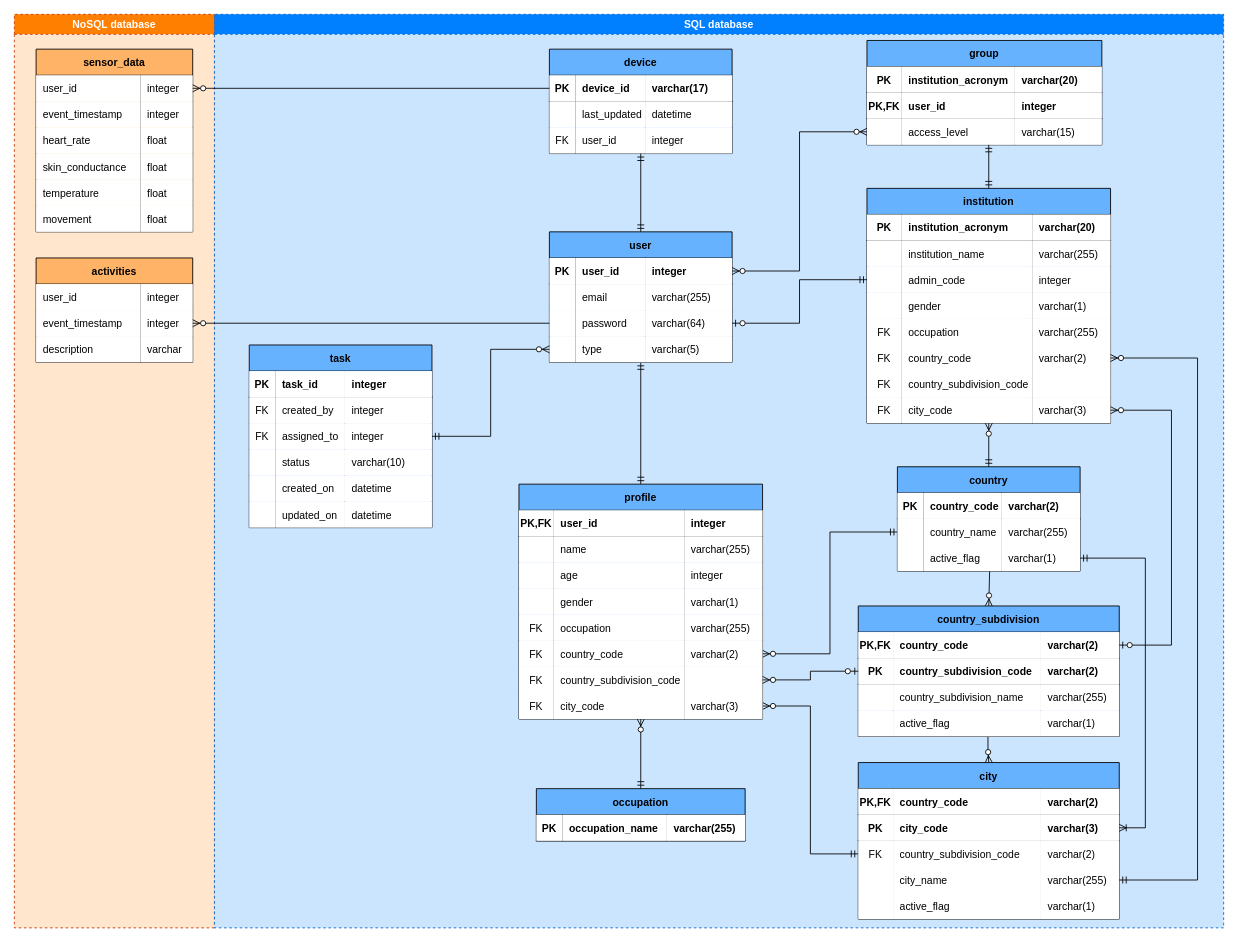
This is physical data model.drawio from julianaclp/tcc-diagrams, a draw.io file, before an edit. Source tidied: cells renumbered, new cells numbered last; positions are measured from the earlier drawing's top-left corner, leaving out a move shared by most shapes. Both pictures are drawn from the tidied source at 87%, with x=0, y=0 at pixel (14, 14).
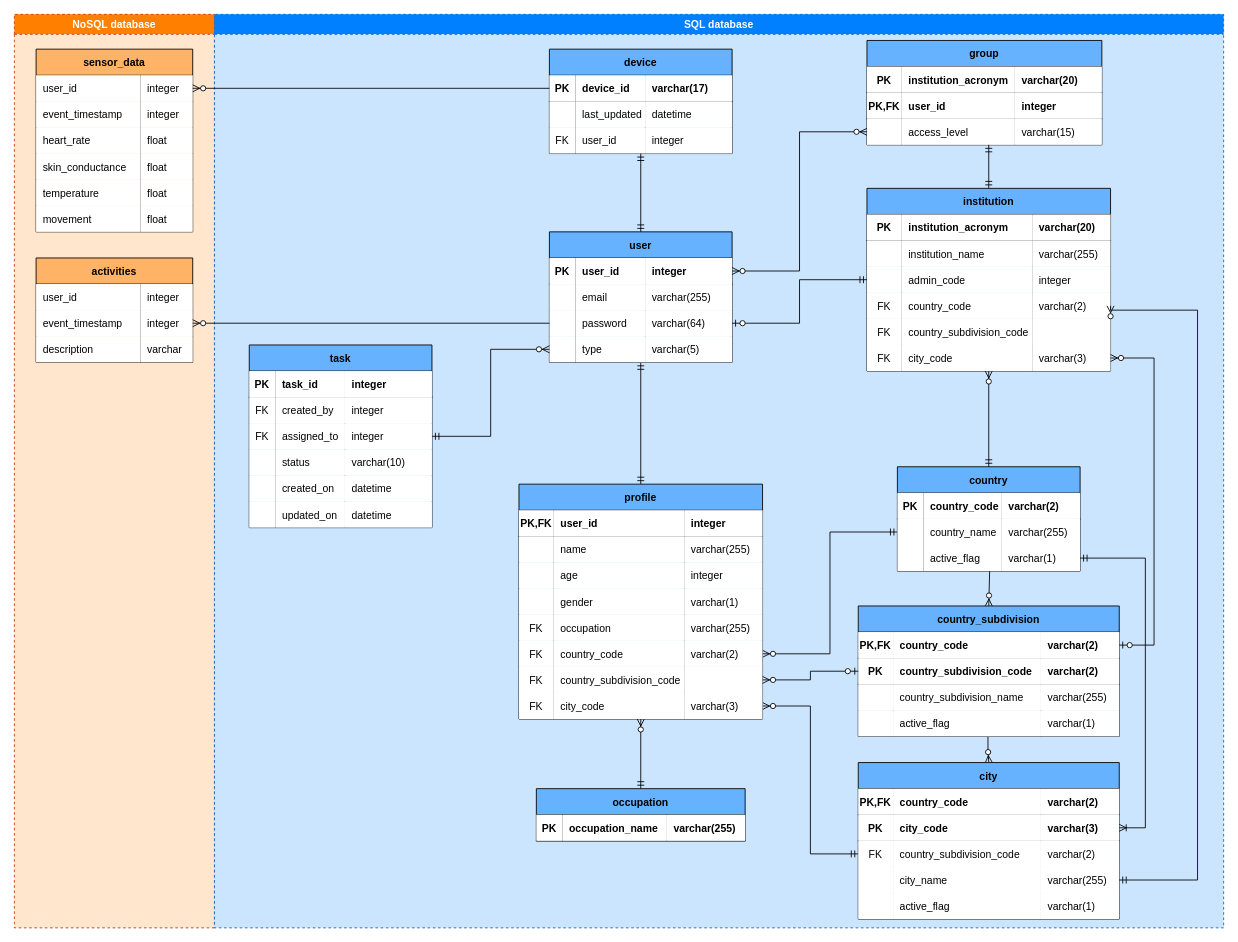
After the change.

The change refers to these unchanged cells:
```xml
<mxCell id="32" value="SQL database" style="swimlane;dashed=1;fillColor=#007FFF;fontColor=#ffffff;strokeColor=#0066CC;swimlaneFillColor=#CCE5FF;" parent="1" vertex="1">
  <mxGeometry x="230" width="1160" height="1050" as="geometry" />
</mxCell>
<mxCell id="103" style="shape=partialRectangle;fillColor=none;top=0;left=0;bottom=1;right=0;points=[[0,0.5],[1,0.5]];portConstraint=eastwest;" parent="102" vertex="1">
  <mxGeometry y="30" width="300" height="30" as="geometry" />
</mxCell>
<mxCell id="132" style="shape=partialRectangle;fillColor=none;top=0;left=0;bottom=0;right=0;points=[[0,0.5],[1,0.5]];portConstraint=eastwest;" parent="119" vertex="1">
  <mxGeometry y="120" width="300" height="30" as="geometry" />
</mxCell>
```

Change to the diagram source:
```diff
@@
     <mxCell id="186" value="institution" style="shape=table;startSize=30;childLayout=tableLayout;rowLines=0;fontStyle=1;align=center;fillColor=#66B2FF;" parent="32" vertex="1">
-      <mxGeometry x="750" y="200" width="280" height="270" as="geometry" />
+      <mxGeometry x="750" y="200" width="280" height="210" as="geometry" />
     </mxCell>
@@
-    <mxCell id="199" style="shape=partialRectangle;fillColor=none;top=0;left=0;bottom=0;right=0;" parent="186" vertex="1">
-      <mxGeometry y="120" width="280" height="30" as="geometry" />
-    </mxCell>
-    <mxCell id="200" style="shape=partialRectangle;fillColor=default;top=0;left=0;bottom=0;right=0;overflow=hidden;" parent="199" vertex="1">
-      <mxGeometry width="40" height="30" as="geometry" />
-    </mxCell>
-    <mxCell id="201" value="gender" style="shape=partialRectangle;fillColor=default;top=0;left=0;bottom=0;right=0;align=left;spacingLeft=6;overflow=hidden;" parent="199" vertex="1">
-      <mxGeometry x="40" width="150" height="30" as="geometry" />
-    </mxCell>
-    <mxCell id="202" value="varchar(1)" style="shape=partialRectangle;fillColor=default;top=0;left=0;bottom=0;right=0;align=left;spacingLeft=6;overflow=hidden;" parent="199" vertex="1">
-      <mxGeometry x="190" width="90" height="30" as="geometry" />
-    </mxCell>
-    <mxCell id="203" style="shape=partialRectangle;fillColor=none;top=0;left=0;bottom=0;right=0;" parent="186" vertex="1">
-      <mxGeometry y="150" width="280" height="30" as="geometry" />
-    </mxCell>
-    <mxCell id="204" value="FK" style="shape=partialRectangle;fillColor=default;top=0;left=0;bottom=0;right=0;overflow=hidden;" parent="203" vertex="1">
-      <mxGeometry width="40" height="30" as="geometry" />
-    </mxCell>
-    <mxCell id="205" value="occupation    " style="shape=partialRectangle;fillColor=default;top=0;left=0;bottom=0;right=0;align=left;spacingLeft=6;overflow=hidden;" parent="203" vertex="1">
-      <mxGeometry x="40" width="150" height="30" as="geometry" />
-    </mxCell>
-    <mxCell id="206" value="varchar(255)" style="shape=partialRectangle;fillColor=default;top=0;left=0;bottom=0;right=0;align=left;spacingLeft=6;overflow=hidden;" parent="203" vertex="1">
-      <mxGeometry x="190" width="90" height="30" as="geometry" />
-    </mxCell>
     <mxCell id="207" style="shape=partialRectangle;fillColor=none;top=0;left=0;bottom=0;right=0;points=[[0,0.5],[1,0.5]];portConstraint=eastwest;" parent="186" vertex="1">
-      <mxGeometry y="180" width="280" height="30" as="geometry" />
+      <mxGeometry y="120" width="280" height="30" as="geometry" />
     </mxCell>
@@
     <mxCell id="211" style="shape=partialRectangle;fillColor=none;top=0;left=0;bottom=0;right=0;" parent="186" vertex="1">
-      <mxGeometry y="210" width="280" height="30" as="geometry" />
+      <mxGeometry y="150" width="280" height="30" as="geometry" />
     </mxCell>
@@
     <mxCell id="215" style="shape=partialRectangle;fillColor=none;top=0;left=0;bottom=0;right=0;points=[[0,0.5],[1,0.5]];portConstraint=eastwest;" parent="186" vertex="1">
-      <mxGeometry y="240" width="280" height="30" as="geometry" />
+      <mxGeometry y="180" width="280" height="30" as="geometry" />
     </mxCell>
@@
-    <mxCell id="237" style="edgeStyle=orthogonalEdgeStyle;fontSize=12;html=1;endArrow=ERzeroToMany;startArrow=ERzeroToOne;rounded=0;exitX=1;exitY=0.5;exitDx=0;exitDy=0;entryX=1;entryY=0.5;entryDx=0;entryDy=0;" parent="32" edge="1" source="103" target="215">
+    <mxCell id="237" style="fontSize=12;html=1;endArrow=ERzeroToMany;startArrow=ERzeroToOne;rounded=0;exitX=1;exitY=0.5;exitDx=0;exitDy=0;entryX=1;entryY=0.5;entryDx=0;entryDy=0;edgeStyle=orthogonalEdgeStyle;" parent="32" edge="1" source="103" target="215">
       <mxGeometry relative="1" as="geometry">
         <Array as="points">
-          <mxPoint x="1100" y="725" />
-          <mxPoint x="1100" y="455" />
+          <mxPoint x="1080" y="725" />
+          <mxPoint x="1080" y="395" />
         </Array>
       </mxGeometry>
     </mxCell>
     <mxCell id="238" style="edgeStyle=orthogonalEdgeStyle;fontSize=12;html=1;endArrow=ERzeroToMany;startArrow=ERmandOne;rounded=0;entryX=1;entryY=0.5;entryDx=0;entryDy=0;exitX=1;exitY=0.5;exitDx=0;exitDy=0;" parent="32" edge="1" source="132" target="207">
       <mxGeometry relative="1" as="geometry">
         <Array as="points">
           <mxPoint x="1130" y="995" />
-          <mxPoint x="1130" y="395" />
+          <mxPoint x="1130" y="340" />
+          <mxPoint x="1030" y="340" />
         </Array>
       </mxGeometry>
     </mxCell>
```
